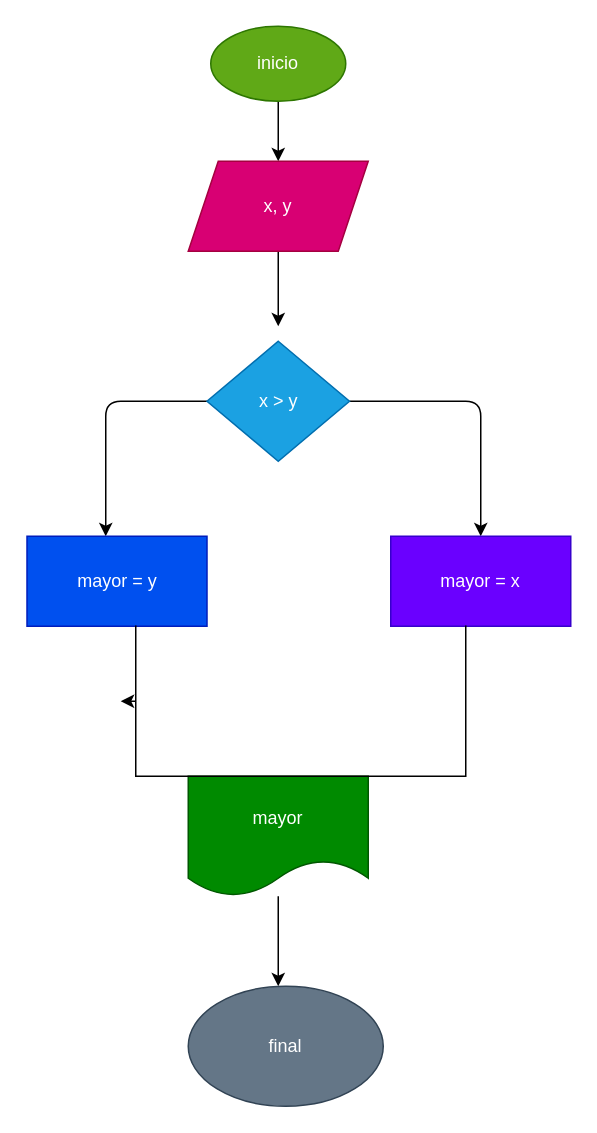
Earlier version of the draw.io diagram diagrama.drawio (jefferson5252173/mayor_2enteros). Source tidied: cells renumbered, new cells numbered last; positions are measured from the earlier drawing's top-left corner, leaving out a move shared by most shapes. Both pictures are drawn from the tidied source at 150%, with x=0, y=0 at pixel (27, 26).
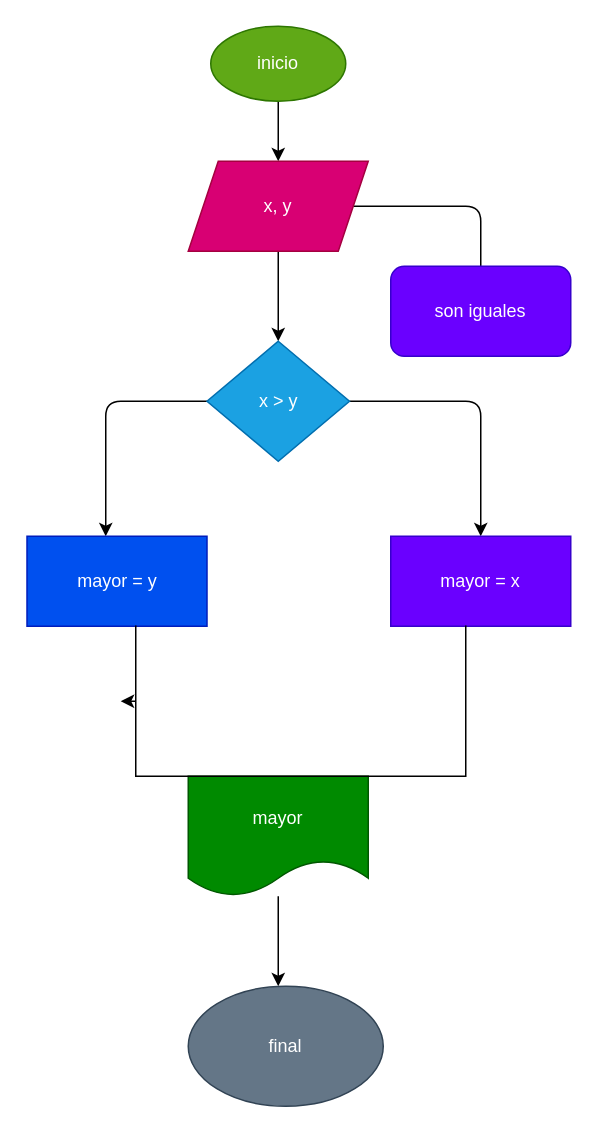
The same diagram, later.

Unchanged cells that the change refers to:
```xml
<mxCell id="5" value="x, y" style="shape=parallelogram;perimeter=parallelogramPerimeter;whiteSpace=wrap;html=1;fixedSize=1;fillColor=#d80073;fontColor=#ffffff;strokeColor=#A50040;" parent="1" vertex="1">
  <mxGeometry x="107" y="90" width="120" height="60" as="geometry" />
</mxCell>
<mxCell id="8" value="x &amp;gt; y" style="rhombus;whiteSpace=wrap;html=1;fillColor=#1ba1e2;fontColor=#ffffff;strokeColor=#006EAF;" parent="1" vertex="1">
  <mxGeometry x="119.5" y="210" width="95" height="80" as="geometry" />
</mxCell>
```

The edit, as a diff of the source:
```diff
@@
-    <mxCell id="4" style="edgeStyle=none;html=1;" parent="1" edge="1" source="5">
-      <mxGeometry relative="1" as="geometry">
-        <mxPoint x="167" y="200" as="targetPoint" />
-      </mxGeometry>
+    <mxCell id="4" style="edgeStyle=none;html=1;entryX=0.5;entryY=0;entryDx=0;entryDy=0;" parent="1" edge="1" source="5" target="8">
+      <mxGeometry relative="1" as="geometry" />
     </mxCell>
+    <mxCell id="16" style="edgeStyle=none;html=1;" parent="1" edge="1" source="5">
+      <mxGeometry relative="1" as="geometry">
+        <mxPoint x="302" y="170" as="targetPoint" />
+        <Array as="points">
+          <mxPoint x="302" y="120" />
+        </Array>
+      </mxGeometry>
+    </mxCell>
@@
+    <mxCell id="17" value="son iguales" style="rounded=1;whiteSpace=wrap;html=1;fillColor=#6a00ff;fontColor=#ffffff;strokeColor=#3700CC;" parent="1" vertex="1">
+      <mxGeometry x="242" y="160" width="120" height="60" as="geometry" />
+    </mxCell>
```
